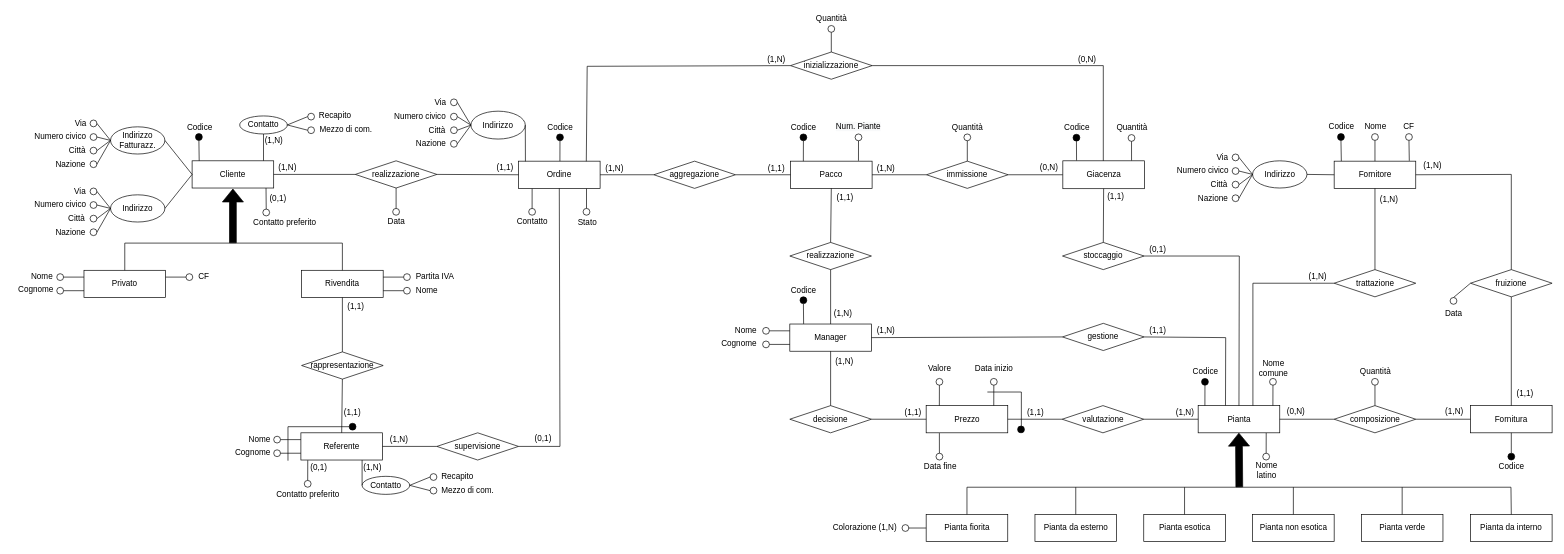
Above: ER-diagrams/ER-master.drawio in nic-agos/Verde-S.R.L (draw.io), before the change. Source tidied: cells renumbered, new cells numbered last; positions are measured from the earlier drawing's top-left corner, leaving out a move shared by most shapes. Both pictures are drawn from the tidied source at 68%, with x=0, y=0 at pixel (12, 12).
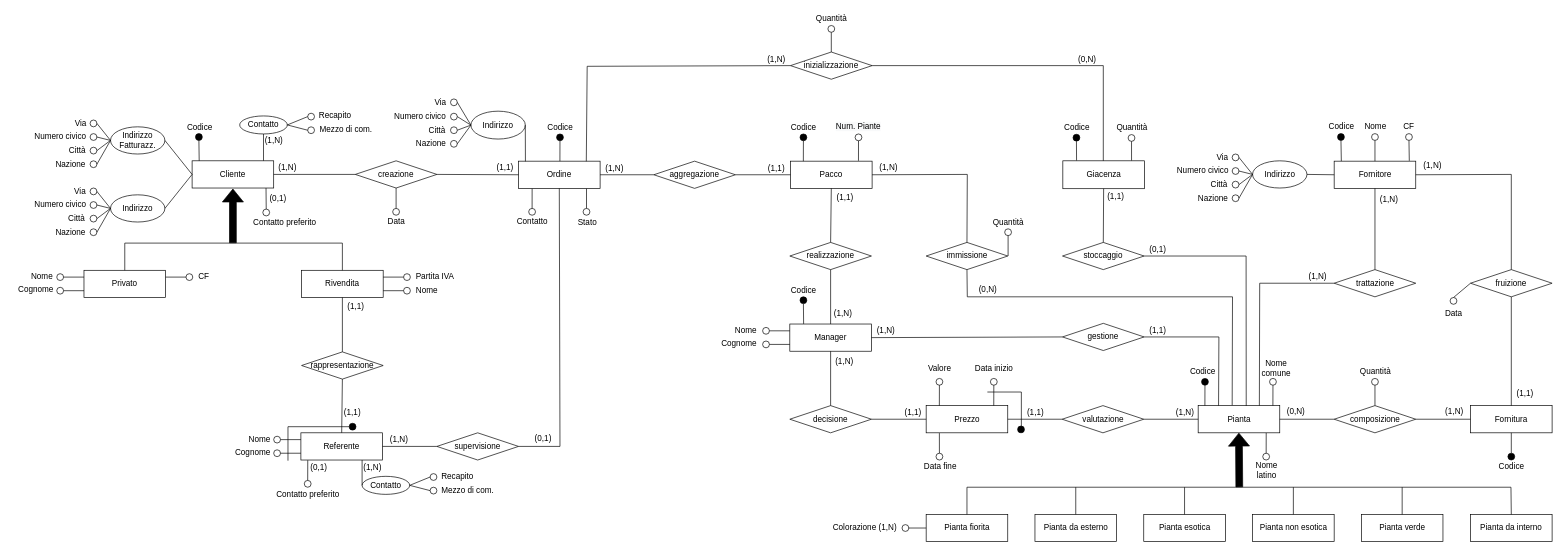
After the change.

Unchanged cells that the change refers to:
```xml
<mxCell id="78" value="Pacco" style="rounded=0;whiteSpace=wrap;html=1;strokeWidth=1;perimeterSpacing=0;" parent="1" vertex="1">
  <mxGeometry x="1145" y="219.5" width="120" height="40" as="geometry" />
</mxCell>
<mxCell id="136" value="Pianta" style="rounded=0;whiteSpace=wrap;html=1;strokeWidth=1;perimeterSpacing=0;" parent="1" vertex="1">
  <mxGeometry x="1744.5" y="579" width="120" height="40" as="geometry" />
</mxCell>
<mxCell id="174" value="gestione" style="rhombus;whiteSpace=wrap;html=1;" parent="1" vertex="1">
  <mxGeometry x="1545" y="458" width="120" height="40" as="geometry" />
</mxCell>
<mxCell id="206" value="trattazione" style="rhombus;whiteSpace=wrap;html=1;" parent="1" vertex="1">
  <mxGeometry x="1944.5" y="379" width="120" height="40" as="geometry" />
</mxCell>
<mxCell id="246" value="stoccaggio" style="rhombus;whiteSpace=wrap;html=1;" parent="1" vertex="1">
  <mxGeometry x="1545" y="339" width="120" height="40" as="geometry" />
</mxCell>
<mxCell id="247" value="Giacenza" style="rounded=0;whiteSpace=wrap;html=1;strokeWidth=1;perimeterSpacing=0;" parent="1" vertex="1">
  <mxGeometry x="1545.5" y="219" width="120" height="41" as="geometry" />
</mxCell>
```

The edit, as a diff of the source:
```diff
@@
-    <mxCell id="59" value="realizzazione" style="rhombus;whiteSpace=wrap;html=1;" parent="1" vertex="1">
+    <mxCell id="59" value="creazione" style="rhombus;whiteSpace=wrap;html=1;" parent="1" vertex="1">
       <mxGeometry x="505" y="219" width="120" height="40" as="geometry" />
     </mxCell>
@@
     <mxCell id="90" value="immissione" style="rhombus;whiteSpace=wrap;html=1;" parent="1" vertex="1">
-      <mxGeometry x="1345" y="219.5" width="120" height="40" as="geometry" />
+      <mxGeometry x="1344.5" y="339" width="120" height="40" as="geometry" />
     </mxCell>
-    <mxCell id="91" style="endArrow=none;html=1;rounded=0;entryX=0;entryY=0.5;entryDx=0;entryDy=0;exitX=1;exitY=0.5;exitDx=0;exitDy=0;" parent="1" edge="1" source="78" target="90">
-      <mxGeometry relative="1" as="geometry" />
+    <mxCell id="91" style="endArrow=none;html=1;rounded=0;entryX=0.5;entryY=0;entryDx=0;entryDy=0;exitX=1;exitY=0.5;exitDx=0;exitDy=0;" parent="1" edge="1" source="78" target="90">
+      <mxGeometry relative="1" as="geometry">
+        <Array as="points">
+          <mxPoint x="1405" y="239" />
+        </Array>
+      </mxGeometry>
     </mxCell>
-    <mxCell id="92" style="endArrow=none;html=1;rounded=0;exitX=1;exitY=0.5;exitDx=0;exitDy=0;entryX=0;entryY=0.5;entryDx=0;entryDy=0;" parent="1" edge="1" source="90" target="247">
-      <mxGeometry relative="1" as="geometry" />
+    <mxCell id="92" style="endArrow=none;html=1;rounded=0;exitX=0.5;exitY=1;exitDx=0;exitDy=0;entryX=0.417;entryY=-0.008;entryDx=0;entryDy=0;entryPerimeter=0;" parent="1" edge="1" source="90" target="136">
+      <mxGeometry relative="1" as="geometry">
+        <Array as="points">
+          <mxPoint x="1405" y="419" />
+          <mxPoint x="1795" y="419" />
+        </Array>
+      </mxGeometry>
     </mxCell>
@@
-    <mxCell id="117" style="endArrow=none;html=1;rounded=0;fillColor=#000000;exitX=0.5;exitY=1;exitDx=0;exitDy=0;entryX=0.5;entryY=0;entryDx=0;entryDy=0;" parent="1" edge="1" source="118" target="90">
-      <mxGeometry relative="1" as="geometry" />
+    <mxCell id="117" style="endArrow=none;html=1;rounded=0;fillColor=#000000;exitX=0.5;exitY=1;exitDx=0;exitDy=0;" parent="1" edge="1" source="118">
+      <mxGeometry relative="1" as="geometry">
+        <mxPoint x="1465" y="359" as="targetPoint" />
+      </mxGeometry>
     </mxCell>
     <mxCell id="118" style="ellipse;whiteSpace=wrap;html=1;strokeWidth=1;fillColor=none;" parent="1" vertex="1">
-      <mxGeometry x="1400" y="179.5" width="10" height="10" as="geometry" />
+      <mxGeometry x="1460" y="319" width="10" height="10" as="geometry" />
     </mxCell>
     <mxCell id="119" value="Quantità" style="text;html=1;align=center;verticalAlign=middle;strokeColor=none;fillColor=none;" parent="1" vertex="1">
-      <mxGeometry x="1375" y="159.5" width="60" height="20" as="geometry" />
+      <mxGeometry x="1435" y="300" width="60" height="20" as="geometry" />
     </mxCell>
     <mxCell id="120" value="(1,N)" style="text;html=1;align=center;verticalAlign=middle;strokeColor=none;fillColor=none;" parent="1" vertex="1">
-      <mxGeometry x="1265" y="219.5" width="40" height="20" as="geometry" />
+      <mxGeometry x="1269" y="219" width="40" height="20" as="geometry" />
     </mxCell>
     <mxCell id="121" value="(0,N)" style="text;html=1;align=center;verticalAlign=middle;strokeColor=none;fillColor=none;" parent="1" vertex="1">
-      <mxGeometry x="1504.5" y="219" width="40" height="20" as="geometry" />
+      <mxGeometry x="1415" y="399" width="40" height="20" as="geometry" />
     </mxCell>
@@
     <mxCell id="150" value="Codice" style="text;html=1;align=center;verticalAlign=middle;strokeColor=none;fillColor=none;" parent="1" vertex="1">
-      <mxGeometry x="1729.5" y="519" width="50" height="20" as="geometry" />
+      <mxGeometry x="1725.5" y="519" width="50" height="20" as="geometry" />
     </mxCell>
@@
     <mxCell id="154" value="Nome &lt;br&gt;comune" style="text;html=1;align=center;verticalAlign=middle;strokeColor=none;fillColor=none;" parent="1" vertex="1">
-      <mxGeometry x="1824.5" y="509" width="60" height="30" as="geometry" />
+      <mxGeometry x="1828.5" y="509" width="60" height="30" as="geometry" />
     </mxCell>
@@
-    <mxCell id="214" style="endArrow=none;html=1;rounded=0;exitX=1;exitY=0.5;exitDx=0;exitDy=0;entryX=0.335;entryY=-0.006;entryDx=0;entryDy=0;entryPerimeter=0;" parent="1" edge="1" source="174" target="136">
+    <mxCell id="214" style="endArrow=none;html=1;rounded=0;exitX=1;exitY=0.5;exitDx=0;exitDy=0;entryX=0.25;entryY=0;entryDx=0;entryDy=0;" parent="1" edge="1" source="174" target="136">
       <mxGeometry relative="1" as="geometry">
         <Array as="points">
-          <mxPoint x="1785" y="479" />
+          <mxPoint x="1775" y="478" />
         </Array>
       </mxGeometry>
     </mxCell>
@@
-    <mxCell id="216" style="endArrow=none;html=1;rounded=0;entryX=0;entryY=0.5;entryDx=0;entryDy=0;exitX=0.671;exitY=0;exitDx=0;exitDy=0;exitPerimeter=0;" parent="1" edge="1" source="136" target="206">
+    <mxCell id="216" style="endArrow=none;html=1;rounded=0;entryX=0;entryY=0.5;entryDx=0;entryDy=0;exitX=0.75;exitY=0;exitDx=0;exitDy=0;" parent="1" edge="1" source="136" target="206">
       <mxGeometry relative="1" as="geometry">
         <Array as="points">
-          <mxPoint x="1825" y="399" />
+          <mxPoint x="1835" y="399" />
         </Array>
       </mxGeometry>
     </mxCell>
@@
-    <mxCell id="255" style="endArrow=none;html=1;rounded=0;entryX=0.5;entryY=0;entryDx=0;entryDy=0;exitX=1;exitY=0.5;exitDx=0;exitDy=0;" parent="1" edge="1" source="246" target="136">
+    <mxCell id="255" style="endArrow=none;html=1;rounded=0;entryX=0.589;entryY=0.008;entryDx=0;entryDy=0;exitX=1;exitY=0.5;exitDx=0;exitDy=0;entryPerimeter=0;" parent="1" edge="1" source="246" target="136">
       <mxGeometry relative="1" as="geometry">
         <Array as="points">
-          <mxPoint x="1805" y="359" />
+          <mxPoint x="1815" y="359" />
         </Array>
       </mxGeometry>
     </mxCell>
```
